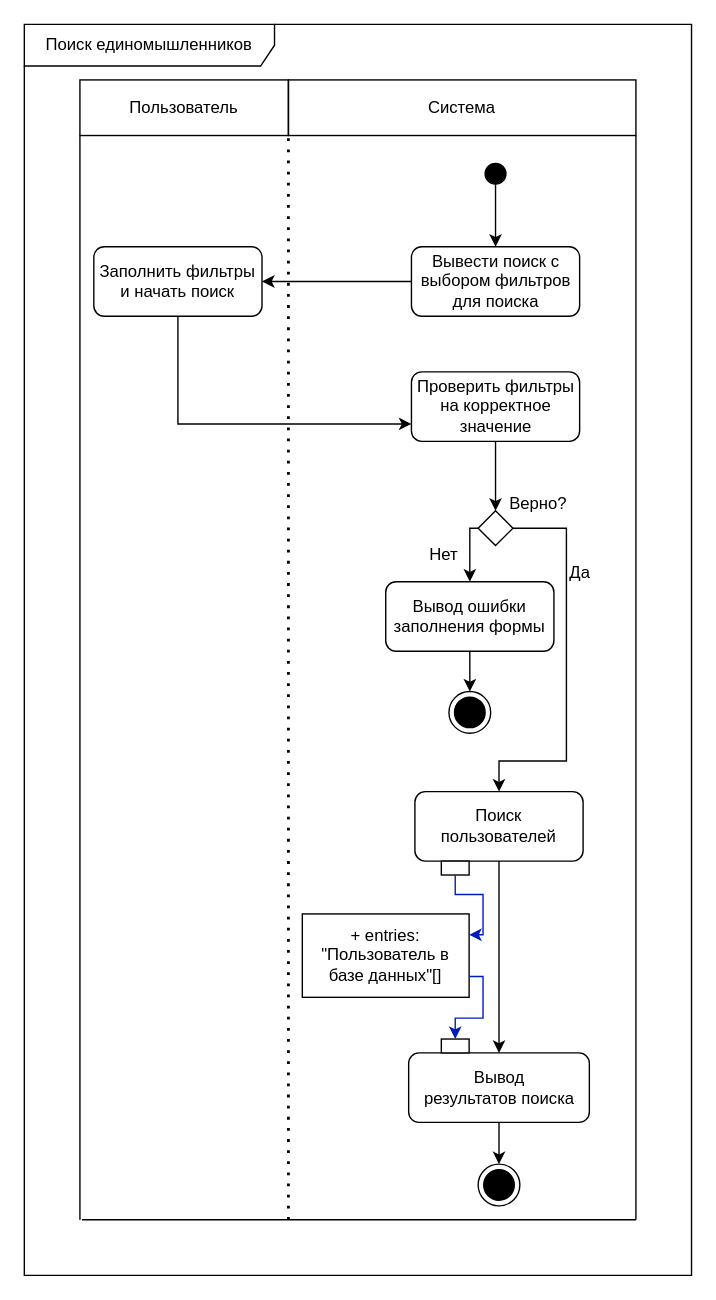
This is docs/raw_diagrams/поиск_единомышленников++.drawio from AS2/habrolink, a draw.io file, before an edit. Source tidied: cells renumbered, new cells numbered last; positions are measured from the earlier drawing's top-left corner, leaving out a move shared by most shapes. Both pictures are drawn from the tidied source at 139%, with x=0, y=0 at pixel (24, 24).
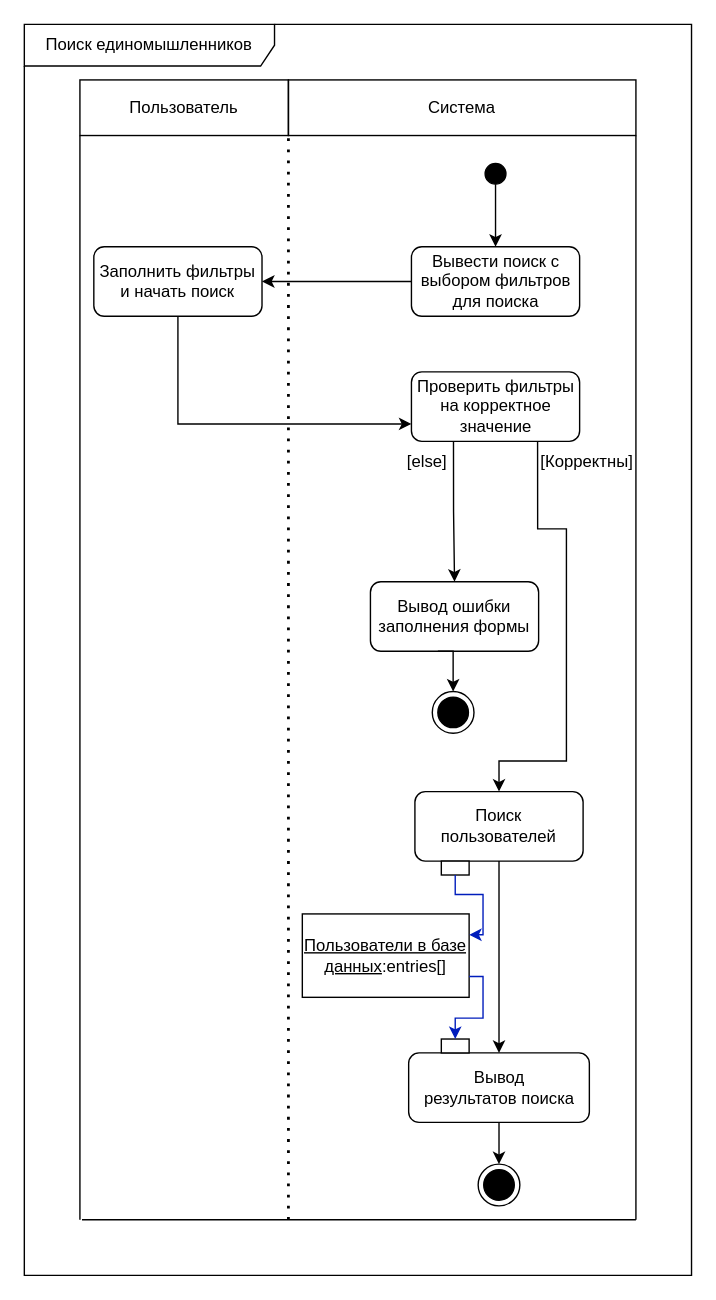
After the change.

Unchanged cells that the change refers to:
```xml
<mxCell id="10" value="Проверить фильтры на корректное значение" style="text;html=1;strokeColor=default;fillColor=none;align=center;verticalAlign=middle;whiteSpace=wrap;rounded=1;" parent="1" vertex="1">
  <mxGeometry x="278.5" y="250" width="121" height="50" as="geometry" />
</mxCell>
```

Change to the diagram source:
```diff
@@
-    <mxCell id="11" style="endArrow=classic;html=1;rounded=0;exitX=0.5;exitY=1;exitDx=0;exitDy=0;entryX=0.5;entryY=0;entryDx=0;entryDy=0;" parent="1" edge="1" source="10" target="14">
-      <mxGeometry relative="1" as="geometry" />
-    </mxCell>
-    <mxCell id="12" style="edgeStyle=orthogonalEdgeStyle;rounded=0;jettySize=auto;html=1;exitX=1;exitY=0.5;exitDx=0;exitDy=0;entryX=0.5;entryY=0;entryDx=0;entryDy=0;" parent="1" edge="1" source="14">
+    <mxCell id="12" style="edgeStyle=orthogonalEdgeStyle;rounded=0;jettySize=auto;html=1;exitX=0.75;exitY=1;exitDx=0;exitDy=0;entryX=0.5;entryY=0;entryDx=0;entryDy=0;" parent="1" edge="1" source="10">
       <mxGeometry relative="1" as="geometry">
         <mxPoint x="341.5" y="552" as="targetPoint" />
         <Array as="points">
+          <mxPoint x="369" y="363" />
           <mxPoint x="390" y="363" />
           <mxPoint x="390" y="530" />
           <mxPoint x="342" y="530" />
         </Array>
       </mxGeometry>
     </mxCell>
-    <mxCell id="13" style="edgeStyle=orthogonalEdgeStyle;rounded=0;jettySize=auto;html=1;exitX=0.5;exitY=1;exitDx=0;exitDy=0;entryX=0.5;entryY=0;entryDx=0;entryDy=0;" parent="1" edge="1" source="24" target="18">
-      <mxGeometry relative="1" as="geometry" />
+    <mxCell id="13" style="edgeStyle=orthogonalEdgeStyle;rounded=0;jettySize=auto;html=1;exitX=0.5;exitY=1;exitDx=0;exitDy=0;entryX=0.5;entryY=0;entryDx=0;entryDy=0;" parent="1" edge="1" target="18">
+      <mxGeometry relative="1" as="geometry">
+        <mxPoint x="297.5" y="451" as="sourcePoint" />
+      </mxGeometry>
     </mxCell>
-    <mxCell id="14" style="rhombus;whiteSpace=wrap;html=1;" parent="1" vertex="1">
-      <mxGeometry x="326.5" y="350" width="25" height="25" as="geometry" />
-    </mxCell>
-    <mxCell id="15" value="Верно?" style="text;html=1;strokeColor=none;fillColor=none;align=center;verticalAlign=middle;whiteSpace=wrap;rounded=0;" parent="1" vertex="1">
-      <mxGeometry x="339.5" y="330" width="60" height="30" as="geometry" />
-    </mxCell>
-    <mxCell id="16" value="Нет" style="text;html=1;strokeColor=none;fillColor=none;align=center;verticalAlign=middle;whiteSpace=wrap;rounded=0;" parent="1" vertex="1">
-      <mxGeometry x="272" y="367" width="60" height="30" as="geometry" />
+    <mxCell id="16" value="[else]" style="text;html=1;strokeColor=none;fillColor=none;align=center;verticalAlign=middle;whiteSpace=wrap;rounded=0;" parent="1" vertex="1">
+      <mxGeometry x="260" y="300" width="60" height="30" as="geometry" />
     </mxCell>
-    <mxCell id="17" value="Да" style="text;html=1;strokeColor=none;fillColor=none;align=center;verticalAlign=middle;whiteSpace=wrap;rounded=0;" parent="1" vertex="1">
-      <mxGeometry x="370" y="380" width="60" height="30" as="geometry" />
+    <mxCell id="17" value="[Корректны]" style="text;html=1;strokeColor=none;fillColor=none;align=center;verticalAlign=middle;whiteSpace=wrap;rounded=0;" parent="1" vertex="1">
+      <mxGeometry x="375" y="300" width="60" height="30" as="geometry" />
     </mxCell>
     <mxCell id="18" style="ellipse;html=1;shape=endState;fillColor=strokeColor;" parent="1" vertex="1">
-      <mxGeometry x="305.5" y="480" width="30" height="30" as="geometry" />
+      <mxGeometry x="293.5" y="480" width="30" height="30" as="geometry" />
     </mxCell>
@@
-    <mxCell id="23" style="edgeStyle=orthogonalEdgeStyle;rounded=0;jettySize=auto;html=1;exitX=0;exitY=0.5;exitDx=0;exitDy=0;entryX=0.5;entryY=0;entryDx=0;entryDy=0;" parent="1" edge="1" source="14" target="24">
+    <mxCell id="23" style="edgeStyle=orthogonalEdgeStyle;rounded=0;jettySize=auto;html=1;exitX=0.25;exitY=1;exitDx=0;exitDy=0;entryX=0.5;entryY=0;entryDx=0;entryDy=0;" parent="1" edge="1" source="10" target="24">
       <mxGeometry relative="1" as="geometry" />
     </mxCell>
     <mxCell id="24" value="Вывод ошибки заполнения формы" style="text;html=1;strokeColor=default;fillColor=none;align=center;verticalAlign=middle;whiteSpace=wrap;rounded=1;" parent="1" vertex="1">
-      <mxGeometry x="260" y="401" width="121" height="50" as="geometry" />
+      <mxGeometry x="249" y="401" width="121" height="50" as="geometry" />
     </mxCell>
@@
-    <mxCell id="31" value="+ entries: &quot;Пользователь в базе данных&quot;[]" style="rounded=0;whiteSpace=wrap;html=1;" parent="1" vertex="1">
+    <mxCell id="31" value="&lt;u&gt;Пользователи в базе данных&lt;/u&gt;:entries[]" style="rounded=0;whiteSpace=wrap;html=1;" parent="1" vertex="1">
       <mxGeometry x="200" y="640" width="120" height="60" as="geometry" />
     </mxCell>
```
